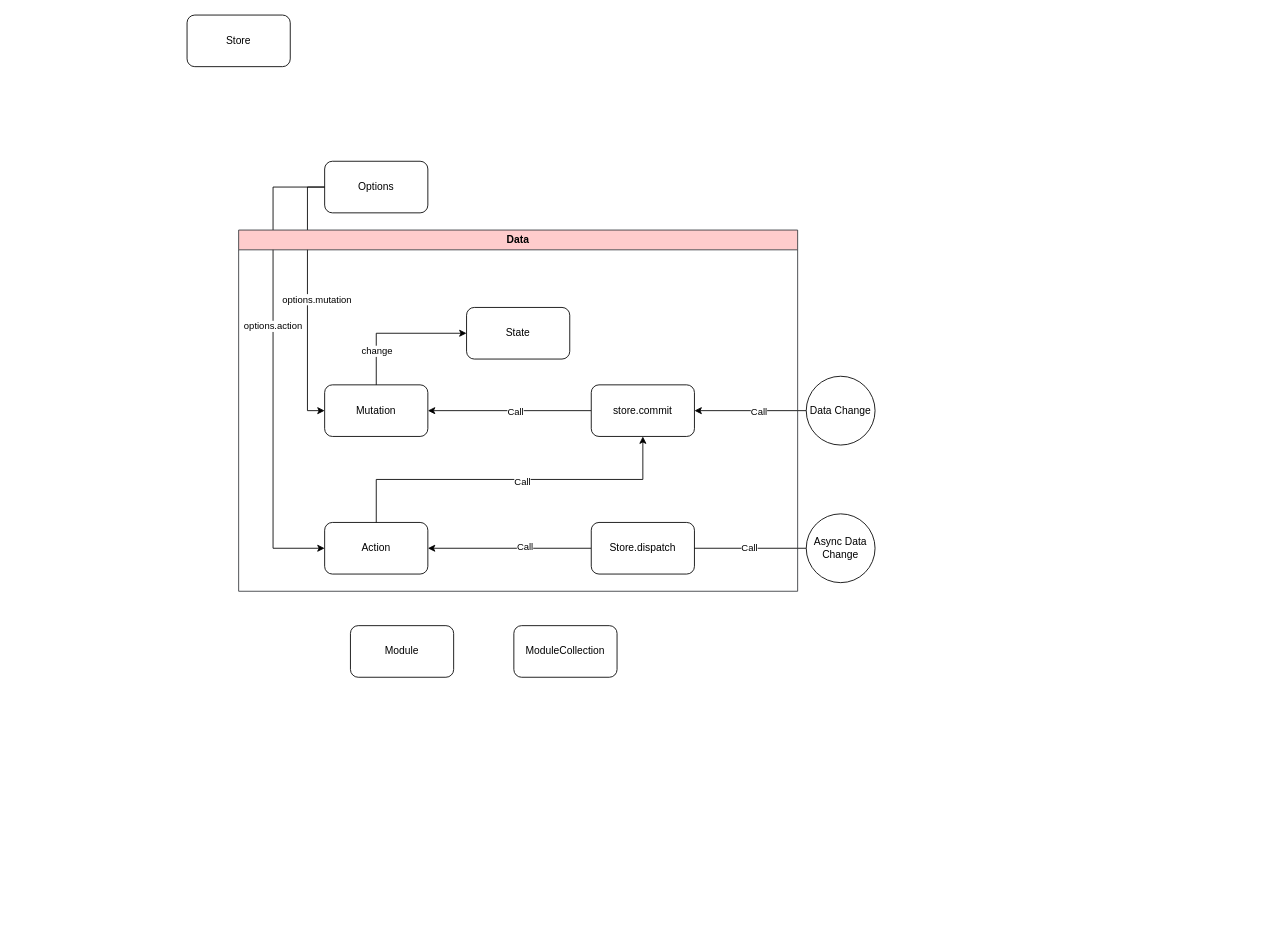
Monoxt/learn keeps this draw.io diagram as packages/vuex.drawio. Above is the earlier version. Source tidied: cells renumbered, new cells numbered last; positions are measured from the earlier drawing's top-left corner, leaving out a move shared by most shapes. Both pictures are drawn from the tidied source at 86%, with x=0, y=0 at pixel (187, 15).
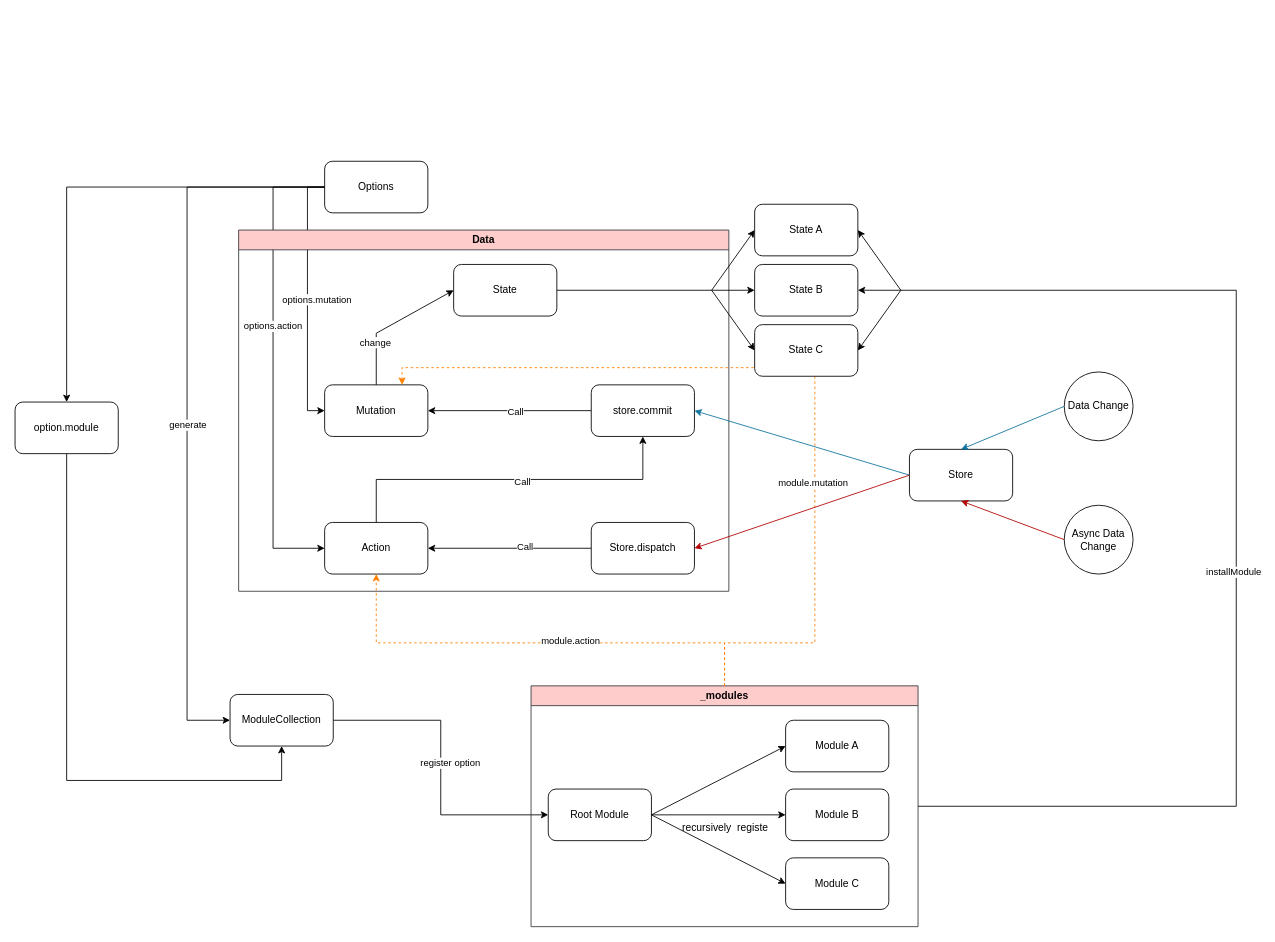
Above is the later version.

The change refers to these unchanged cells:
```xml
<mxCell id="3" value="Mutation" style="rounded=1;whiteSpace=wrap;html=1;" parent="1" vertex="1">
  <mxGeometry x="160" y="430" width="120" height="60" as="geometry" />
</mxCell>
<mxCell id="4" value="Action" style="rounded=1;whiteSpace=wrap;html=1;" parent="1" vertex="1">
  <mxGeometry x="160" y="590" width="120" height="60" as="geometry" />
</mxCell>
<mxCell id="13" value="Options" style="rounded=1;whiteSpace=wrap;html=1;" parent="1" vertex="1">
  <mxGeometry x="160" y="170" width="120" height="60" as="geometry" />
</mxCell>
<mxCell id="27" value="store.commit" style="rounded=1;whiteSpace=wrap;html=1;" parent="26" vertex="1">
  <mxGeometry x="410" y="180" width="120" height="60" as="geometry" />
</mxCell>
<mxCell id="28" value="Store.dispatch" style="rounded=1;whiteSpace=wrap;html=1;" parent="26" vertex="1">
  <mxGeometry x="410" y="340" width="120" height="60" as="geometry" />
</mxCell>
```

The edit, as a diff of the source:
```diff
@@
     <mxCell id="2" value="Store" style="rounded=1;whiteSpace=wrap;html=1;" parent="1" vertex="1">
-      <mxGeometry width="120" height="60" as="geometry" />
+      <mxGeometry x="840" y="505" width="120" height="60" as="geometry" />
     </mxCell>
@@
-    <mxCell id="5" value="Module" style="rounded=1;whiteSpace=wrap;html=1;" parent="1" vertex="1">
-      <mxGeometry x="190" y="710" width="120" height="60" as="geometry" />
+    <mxCell id="5" value="Root Module" style="rounded=1;whiteSpace=wrap;html=1;" parent="1" vertex="1">
+      <mxGeometry x="420" y="900" width="120" height="60" as="geometry" />
     </mxCell>
+    <mxCell id="30" style="edgeStyle=orthogonalEdgeStyle;rounded=0;jettySize=auto;html=1;entryX=0;entryY=0.5;entryDx=0;entryDy=0;" parent="1" edge="1" source="6" target="5">
+      <mxGeometry relative="1" as="geometry" />
+    </mxCell>
+    <mxCell id="31" value="register option" style="edgeLabel;html=1;align=center;verticalAlign=middle;" parent="30" vertex="1">
+      <mxGeometry x="-0.26" y="-1" relative="1" as="geometry">
+        <mxPoint x="11" y="41" as="offset" />
+      </mxGeometry>
+    </mxCell>
     <mxCell id="6" value="ModuleCollection" style="rounded=1;whiteSpace=wrap;html=1;" parent="1" vertex="1">
-      <mxGeometry x="380" y="710" width="120" height="60" as="geometry" />
+      <mxGeometry x="50" y="790" width="120" height="60" as="geometry" />
     </mxCell>
@@
-    <mxCell id="14" style="edgeStyle=orthogonalEdgeStyle;rounded=0;jettySize=auto;html=1;" parent="1" edge="1" source="16" target="27">
-      <mxGeometry relative="1" as="geometry">
-        <Array as="points">
-          <mxPoint x="570" y="460" />
-          <mxPoint x="570" y="460" />
-        </Array>
-      </mxGeometry>
-    </mxCell>
-    <mxCell id="15" value="Call" style="edgeLabel;html=1;align=center;verticalAlign=middle;" parent="14" vertex="1">
-      <mxGeometry x="-0.21" y="2" relative="1" as="geometry">
-        <mxPoint x="-5" y="-2" as="offset" />
-      </mxGeometry>
-    </mxCell>
     <mxCell id="16" value="Data Change" style="ellipse;whiteSpace=wrap;html=1;" parent="1" vertex="1">
-      <mxGeometry x="720" y="420" width="80" height="80" as="geometry" />
+      <mxGeometry x="1020" y="415" width="80" height="80" as="geometry" />
     </mxCell>
@@
-    <mxCell id="21" style="edgeStyle=orthogonalEdgeStyle;rounded=0;jettySize=auto;html=1;entryX=1;entryY=0.5;entryDx=0;entryDy=0;" parent="1" edge="1" source="23" target="28">
-      <mxGeometry relative="1" as="geometry">
-        <Array as="points">
-          <mxPoint x="570" y="620" />
-          <mxPoint x="570" y="620" />
-        </Array>
-      </mxGeometry>
-    </mxCell>
-    <mxCell id="22" value="Call" style="edgeLabel;html=1;align=center;verticalAlign=middle;" parent="21" vertex="1">
-      <mxGeometry x="-0.21" y="-1" relative="1" as="geometry" />
-    </mxCell>
     <mxCell id="23" value="Async Data Change" style="ellipse;whiteSpace=wrap;html=1;" parent="1" vertex="1">
-      <mxGeometry x="720" y="580" width="80" height="80" as="geometry" />
+      <mxGeometry x="1020" y="570" width="80" height="80" as="geometry" />
     </mxCell>
@@
+    <mxCell id="32" style="endArrow=classic;html=1;rounded=0;exitX=0;exitY=0.5;exitDx=0;exitDy=0;entryX=0.5;entryY=0;entryDx=0;entryDy=0;strokeColor=#10739e;fillColor=#b1ddf0;" parent="1" edge="1" source="16" target="2">
+      <mxGeometry relative="1" as="geometry" />
+    </mxCell>
+    <mxCell id="33" style="endArrow=classic;html=1;rounded=0;exitX=0;exitY=0.5;exitDx=0;exitDy=0;entryX=0.5;entryY=1;entryDx=0;entryDy=0;fillColor=#e51400;strokeColor=#B20000;" parent="1" edge="1" source="23" target="2">
+      <mxGeometry relative="1" as="geometry" />
+    </mxCell>
+    <mxCell id="34" style="endArrow=classic;html=1;rounded=0;exitX=0;exitY=0.5;exitDx=0;exitDy=0;entryX=0;entryY=0.5;entryDx=0;entryDy=0;" parent="1" edge="1" source="13" target="6">
+      <mxGeometry relative="1" as="geometry">
+        <Array as="points">
+          <mxPoint y="200" />
+          <mxPoint y="820" />
+        </Array>
+      </mxGeometry>
+    </mxCell>
+    <mxCell id="35" value="generate" style="edgeLabel;html=1;align=center;verticalAlign=middle;" parent="34" vertex="1">
+      <mxGeometry x="0.05" relative="1" as="geometry" />
+    </mxCell>
+    <mxCell id="36" value="Module A" style="rounded=1;whiteSpace=wrap;html=1;" parent="1" vertex="1">
+      <mxGeometry x="696" y="820" width="120" height="60" as="geometry" />
+    </mxCell>
+    <mxCell id="37" value="Module C" style="rounded=1;whiteSpace=wrap;html=1;" parent="1" vertex="1">
+      <mxGeometry x="696" y="980" width="120" height="60" as="geometry" />
+    </mxCell>
+    <mxCell id="38" value="Module B" style="rounded=1;whiteSpace=wrap;html=1;" parent="1" vertex="1">
+      <mxGeometry x="696" y="900" width="120" height="60" as="geometry" />
+    </mxCell>
+    <mxCell id="39" value="option.module" style="rounded=1;whiteSpace=wrap;html=1;" parent="1" vertex="1">
+      <mxGeometry x="-200" y="450" width="120" height="60" as="geometry" />
+    </mxCell>
+    <mxCell id="40" style="endArrow=classic;html=1;rounded=0;exitX=0;exitY=0.5;exitDx=0;exitDy=0;entryX=0.5;entryY=0;entryDx=0;entryDy=0;" parent="1" edge="1" source="13" target="39">
+      <mxGeometry relative="1" as="geometry">
+        <Array as="points">
+          <mxPoint x="-140" y="200" />
+        </Array>
+      </mxGeometry>
+    </mxCell>
+    <mxCell id="41" style="endArrow=classic;html=1;rounded=0;exitX=0.5;exitY=1;exitDx=0;exitDy=0;entryX=0.5;entryY=1;entryDx=0;entryDy=0;" parent="1" edge="1" source="39" target="6">
+      <mxGeometry relative="1" as="geometry">
+        <Array as="points">
+          <mxPoint x="-140" y="890" />
+          <mxPoint x="110" y="890" />
+        </Array>
+      </mxGeometry>
+    </mxCell>
+    <mxCell id="42" style="endArrow=classic;html=1;rounded=0;exitX=1;exitY=0.5;exitDx=0;exitDy=0;entryX=0;entryY=0.5;entryDx=0;entryDy=0;" parent="1" edge="1" source="5" target="36">
+      <mxGeometry relative="1" as="geometry" />
+    </mxCell>
+    <mxCell id="43" style="endArrow=classic;html=1;rounded=0;exitX=1;exitY=0.5;exitDx=0;exitDy=0;entryX=0;entryY=0.5;entryDx=0;entryDy=0;" parent="1" edge="1" source="5" target="38">
+      <mxGeometry relative="1" as="geometry" />
+    </mxCell>
+    <mxCell id="44" style="endArrow=classic;html=1;rounded=0;exitX=1;exitY=0.5;exitDx=0;exitDy=0;entryX=0;entryY=0.5;entryDx=0;entryDy=0;" parent="1" edge="1" source="5" target="37">
+      <mxGeometry relative="1" as="geometry" />
+    </mxCell>
+    <mxCell id="45" value="recursively&amp;nbsp; registe" style="text;html=1;strokeColor=none;fillColor=none;align=center;verticalAlign=middle;whiteSpace=wrap;rounded=0;" parent="1" vertex="1">
+      <mxGeometry x="566" y="930" width="120" height="30" as="geometry" />
+    </mxCell>
     <mxCell id="26" value="Data" style="swimlane;whiteSpace=wrap;html=1;labelBackgroundColor=none;strokeColor=#36393d;fillColor=#ffcccc;" parent="1" vertex="1">
-      <mxGeometry x="60" y="250" width="650" height="420" as="geometry" />
+      <mxGeometry x="60" y="250" width="570" height="420" as="geometry" />
     </mxCell>
@@
     <mxCell id="29" value="State" style="rounded=1;whiteSpace=wrap;html=1;" parent="26" vertex="1">
-      <mxGeometry x="265" y="90" width="120" height="60" as="geometry" />
+      <mxGeometry x="250" y="40" width="120" height="60" as="geometry" />
     </mxCell>
+    <mxCell id="46" value="_modules" style="swimlane;whiteSpace=wrap;html=1;labelBackgroundColor=none;strokeColor=#36393d;fillColor=#ffcccc;" parent="1" vertex="1">
+      <mxGeometry x="400" y="780" width="450" height="280" as="geometry" />
+    </mxCell>
+    <mxCell id="47" style="endArrow=classic;html=1;rounded=0;exitX=0.5;exitY=0;exitDx=0;exitDy=0;strokeColor=#FF8000;dashed=1;entryX=0.5;entryY=1;entryDx=0;entryDy=0;" parent="1" edge="1" source="46" target="4">
+      <mxGeometry relative="1" as="geometry">
+        <Array as="points">
+          <mxPoint x="625" y="730" />
+          <mxPoint x="220" y="730" />
+        </Array>
+      </mxGeometry>
+    </mxCell>
+    <mxCell id="48" value="module.action" style="edgeLabel;html=1;align=center;verticalAlign=middle;" parent="47" vertex="1">
+      <mxGeometry x="-0.14" y="-3" relative="1" as="geometry" />
+    </mxCell>
+    <mxCell id="49" style="endArrow=classic;html=1;rounded=0;dashed=1;strokeColor=#FF8000;exitX=0.5;exitY=0;exitDx=0;exitDy=0;entryX=0.75;entryY=0;entryDx=0;entryDy=0;" parent="1" edge="1" source="46" target="3">
+      <mxGeometry relative="1" as="geometry">
+        <Array as="points">
+          <mxPoint x="625" y="730" />
+          <mxPoint x="730" y="730" />
+          <mxPoint x="730" y="410" />
+          <mxPoint x="250" y="410" />
+        </Array>
+      </mxGeometry>
+    </mxCell>
+    <mxCell id="50" value="module.mutation" style="edgeLabel;html=1;align=center;verticalAlign=middle;" parent="49" vertex="1">
+      <mxGeometry x="-0.3" y="3" relative="1" as="geometry">
+        <mxPoint y="-1" as="offset" />
+      </mxGeometry>
+    </mxCell>
+    <mxCell id="51" style="endArrow=classic;html=1;rounded=0;strokeColor=#10739e;exitX=0;exitY=0.5;exitDx=0;exitDy=0;entryX=1;entryY=0.5;entryDx=0;entryDy=0;fillColor=#b1ddf0;" parent="1" edge="1" source="2" target="27">
+      <mxGeometry relative="1" as="geometry" />
+    </mxCell>
+    <mxCell id="52" style="endArrow=classic;html=1;rounded=0;strokeColor=#B20000;exitX=0;exitY=0.5;exitDx=0;exitDy=0;entryX=1;entryY=0.5;entryDx=0;entryDy=0;fillColor=#e51400;" parent="1" edge="1" source="2" target="28">
+      <mxGeometry relative="1" as="geometry" />
+    </mxCell>
+    <mxCell id="53" value="State B" style="rounded=1;whiteSpace=wrap;html=1;" parent="1" vertex="1">
+      <mxGeometry x="660" y="290" width="120" height="60" as="geometry" />
+    </mxCell>
+    <mxCell id="54" value="State C" style="rounded=1;whiteSpace=wrap;html=1;" parent="1" vertex="1">
+      <mxGeometry x="660" y="360" width="120" height="60" as="geometry" />
+    </mxCell>
+    <mxCell id="55" value="State A" style="rounded=1;whiteSpace=wrap;html=1;" parent="1" vertex="1">
+      <mxGeometry x="660" y="220" width="120" height="60" as="geometry" />
+    </mxCell>
+    <mxCell id="56" style="endArrow=classic;html=1;rounded=0;strokeColor=#000000;exitX=1;exitY=0.5;exitDx=0;exitDy=0;entryX=0;entryY=0.5;entryDx=0;entryDy=0;" parent="1" edge="1" source="29" target="53">
+      <mxGeometry relative="1" as="geometry" />
+    </mxCell>
+    <mxCell id="57" style="endArrow=classic;html=1;rounded=0;strokeColor=#000000;entryX=0;entryY=0.5;entryDx=0;entryDy=0;" parent="1" edge="1" target="54">
+      <mxGeometry relative="1" as="geometry">
+        <mxPoint x="610" y="320" as="sourcePoint" />
+      </mxGeometry>
+    </mxCell>
+    <mxCell id="58" style="endArrow=classic;html=1;rounded=0;strokeColor=#000000;entryX=0;entryY=0.5;entryDx=0;entryDy=0;" parent="1" edge="1" target="55">
+      <mxGeometry relative="1" as="geometry">
+        <mxPoint x="610" y="320" as="sourcePoint" />
+      </mxGeometry>
+    </mxCell>
+    <mxCell id="59" style="endArrow=classic;html=1;rounded=0;strokeColor=#000000;exitX=1;exitY=0.5;exitDx=0;exitDy=0;entryX=1;entryY=0.5;entryDx=0;entryDy=0;" parent="1" edge="1" source="46" target="53">
+      <mxGeometry relative="1" as="geometry">
+        <Array as="points">
+          <mxPoint x="1220" y="920" />
+          <mxPoint x="1220" y="320" />
+        </Array>
+      </mxGeometry>
+    </mxCell>
+    <mxCell id="60" value="installModule" style="edgeLabel;html=1;align=center;verticalAlign=middle;" parent="59" vertex="1">
+      <mxGeometry x="-0.09" y="4" relative="1" as="geometry">
+        <mxPoint y="-1" as="offset" />
+      </mxGeometry>
+    </mxCell>
+    <mxCell id="61" style="endArrow=classic;html=1;rounded=0;strokeColor=#000000;entryX=1;entryY=0.5;entryDx=0;entryDy=0;" parent="1" edge="1" target="54">
+      <mxGeometry relative="1" as="geometry">
+        <mxPoint x="830" y="320" as="sourcePoint" />
+      </mxGeometry>
+    </mxCell>
+    <mxCell id="62" style="endArrow=classic;html=1;rounded=0;strokeColor=#000000;entryX=1;entryY=0.5;entryDx=0;entryDy=0;" parent="1" edge="1" target="55">
+      <mxGeometry relative="1" as="geometry">
+        <mxPoint x="830" y="320" as="sourcePoint" />
+      </mxGeometry>
+    </mxCell>
```
